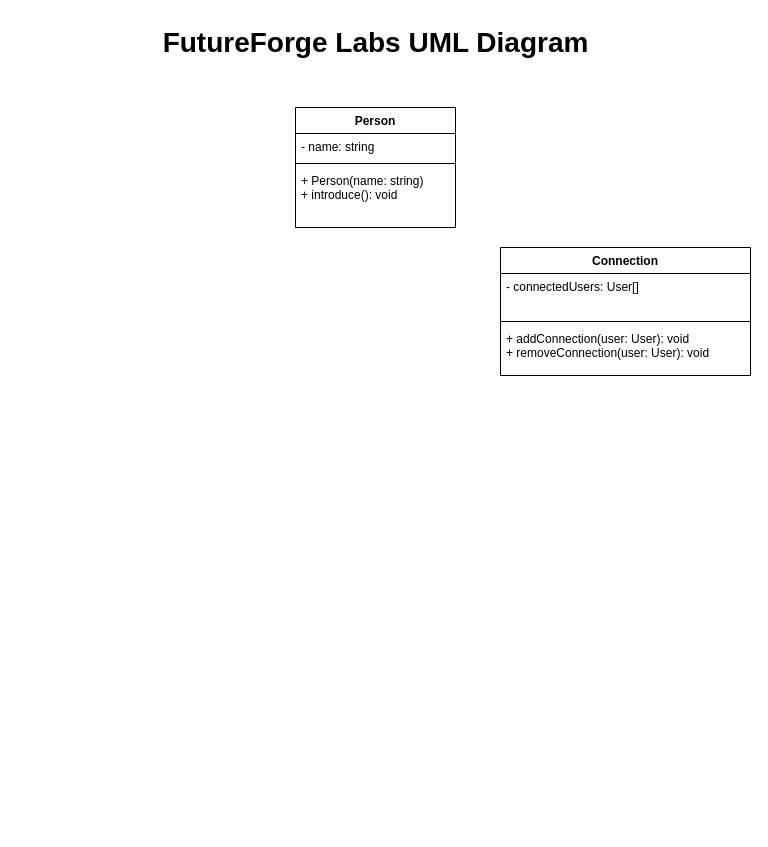
BlazerLabs/CSC-3105-22-23-Project-Repo keeps this draw.io diagram as docs/futureforge/futureforgeuml.drawio. Above is the earlier version. Source tidied: cells renumbered, new cells numbered last; positions are measured from the earlier drawing's top-left corner, leaving out a move shared by most shapes. Both pictures are drawn from the tidied source at 100%, with x=0, y=0 at pixel (150, 17).
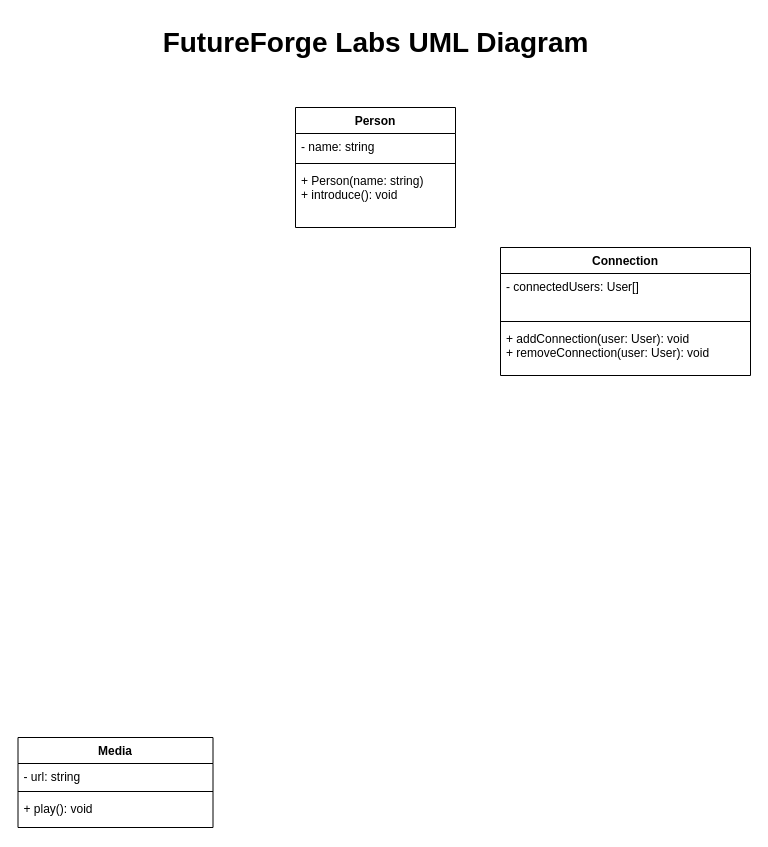
Above is the later version.

Commit message:
Created the Media Class diagram

What changed in the source:
```diff
@@
 <mxGraphModel>
   <root>
     <mxCell id="0" />
     <mxCell id="1" parent="0" />
     <mxCell id="2" value="Person" style="swimlane;fontStyle=1;align=center;verticalAlign=top;horizontal=1;startSize=26;" parent="1" vertex="1">
       <mxGeometry x="145" y="90" width="160" height="120" as="geometry" />
     </mxCell>
     <mxCell id="3" value="- name: string" style="text;strokeColor=none;fillColor=none;align=left;verticalAlign=top;spacingLeft=4;spacingRight=4;overflow=hidden;" parent="2" vertex="1">
       <mxGeometry y="26" width="160" height="26" as="geometry" />
     </mxCell>
     <mxCell id="4" style="line;strokeWidth=1;fillColor=none;align=left;verticalAlign=middle;spacingTop=-1;spacingLeft=3;spacingRight=3;labelPosition=right;strokeColor=inherit;" parent="2" vertex="1">
       <mxGeometry y="52" width="160" height="8" as="geometry" />
     </mxCell>
     <mxCell id="5" value="+ Person(name: string)&#10;+ introduce(): void" style="text;strokeColor=none;fillColor=none;align=left;verticalAlign=top;spacingLeft=4;spacingRight=4;overflow=hidden;" parent="2" vertex="1">
       <mxGeometry y="60" width="160" height="60" as="geometry" />
     </mxCell>
     <mxCell id="6" value="&lt;font size=&quot;1&quot; style=&quot;&quot;&gt;&lt;b style=&quot;font-size: 28px;&quot;&gt;FutureForge Labs UML Diagram&lt;/b&gt;&lt;/font&gt;" style="text;html=1;align=center;verticalAlign=middle;strokeColor=none;fillColor=none;" parent="1" vertex="1">
       <mxGeometry width="450" height="50" as="geometry" />
     </mxCell>
     <mxCell id="7" value="Connection" style="swimlane;fontStyle=1;align=center;verticalAlign=top;horizontal=1;startSize=26;" parent="1" vertex="1">
       <mxGeometry x="350" y="230" width="250" height="128" as="geometry" />
     </mxCell>
     <mxCell id="8" value="- connectedUsers: User[]" style="text;strokeColor=none;fillColor=none;align=left;verticalAlign=top;spacingLeft=4;spacingRight=4;overflow=hidden;" parent="7" vertex="1">
       <mxGeometry y="26" width="250" height="44" as="geometry" />
     </mxCell>
     <mxCell id="9" style="line;strokeWidth=1;fillColor=none;align=left;verticalAlign=middle;spacingTop=-1;spacingLeft=3;spacingRight=3;labelPosition=right;strokeColor=inherit;" parent="7" vertex="1">
       <mxGeometry y="70" width="250" height="8" as="geometry" />
     </mxCell>
     <mxCell id="10" value="+ addConnection(user: User): void&#10;+ removeConnection(user: User): void" style="text;strokeColor=none;fillColor=none;align=left;verticalAlign=top;spacingLeft=4;spacingRight=4;overflow=hidden;" parent="7" vertex="1">
       <mxGeometry y="78" width="250" height="50" as="geometry" />
     </mxCell>
+    <mxCell id="11" value="Media" style="swimlane;fontStyle=1;align=center;verticalAlign=top;horizontal=1;startSize=26;" parent="1" vertex="1">
+      <mxGeometry x="-132.5" y="720" width="195" height="90" as="geometry" />
+    </mxCell>
+    <mxCell id="12" value="- url: string" style="text;strokeColor=none;fillColor=none;align=left;verticalAlign=top;spacingLeft=4;spacingRight=4;overflow=hidden;" parent="11" vertex="1">
+      <mxGeometry y="26" width="195" height="24" as="geometry" />
+    </mxCell>
+    <mxCell id="13" style="line;strokeWidth=1;fillColor=none;align=left;verticalAlign=middle;spacingTop=-1;spacingLeft=3;spacingRight=3;labelPosition=right;strokeColor=inherit;" parent="11" vertex="1">
+      <mxGeometry y="50" width="195" height="8" as="geometry" />
+    </mxCell>
+    <mxCell id="14" value="+ play(): void" style="text;strokeColor=none;fillColor=none;align=left;verticalAlign=top;spacingLeft=4;spacingRight=4;overflow=hidden;" parent="11" vertex="1">
+      <mxGeometry y="58" width="195" height="32" as="geometry" />
+    </mxCell>
   </root>
 </mxGraphModel>
```
